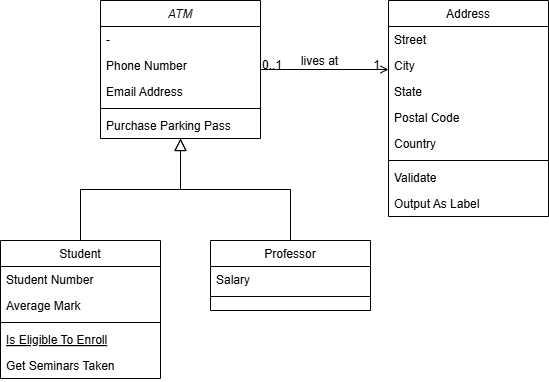
The draw.io diagram atm-simulator_uml.png in brunnoff/atm-simulator, before a commit. Source tidied: cells renumbered, new cells last; positions are measured from the earlier drawing's top-left corner, leaving out a move shared by most shapes.
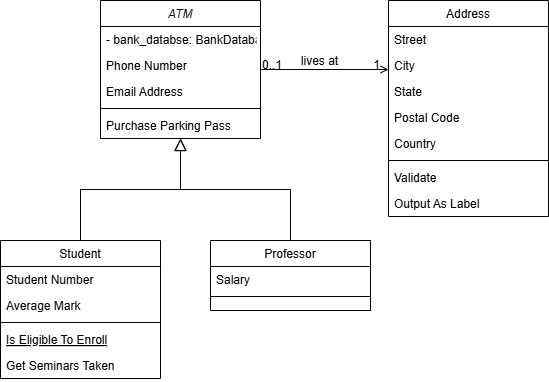
Above is the later version.

Diff of the diagram source:
```diff
@@ -5,7 +5,7 @@
     <mxCell id="2" value="ATM" style="swimlane;fontStyle=2;align=center;verticalAlign=top;horizontal=1;startSize=26;rounded=0;shadow=0;strokeWidth=1;" parent="1" vertex="1">
       <mxGeometry x="100" width="160" height="138" as="geometry" />
     </mxCell>
-    <mxCell id="3" value="- " style="text;align=left;verticalAlign=top;spacingLeft=4;spacingRight=4;overflow=hidden;" parent="2" vertex="1">
+    <mxCell id="3" value="- bank_databse: BankDatabase" style="text;align=left;verticalAlign=top;spacingLeft=4;spacingRight=4;overflow=hidden;" parent="2" vertex="1">
       <mxGeometry y="26" width="160" height="26" as="geometry" />
     </mxCell>
     <mxCell id="4" value="Phone Number" style="text;align=left;verticalAlign=top;spacingLeft=4;spacingRight=4;overflow=hidden;rounded=0;shadow=0;html=0;" parent="2" vertex="1">
```
